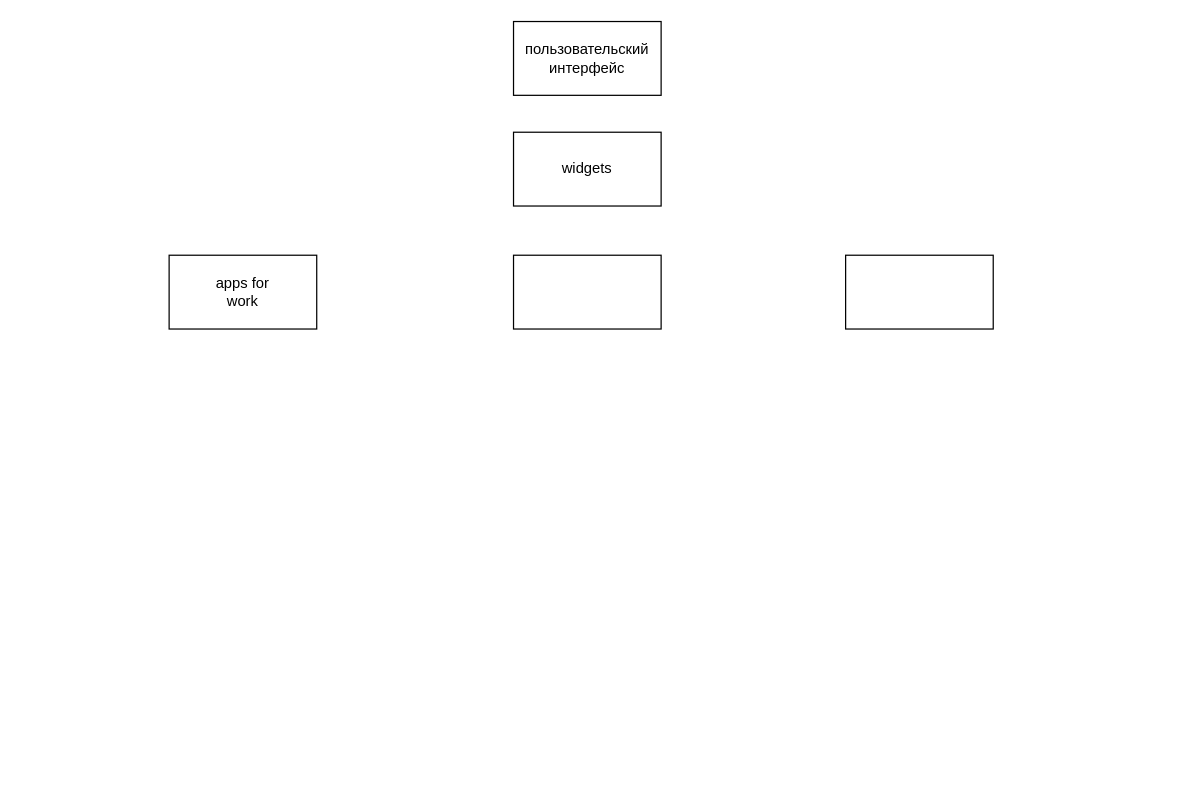
Before: Untitled Diagram.drawio in K0lba/-test1, a draw.io diagram. Source tidied: cells renumbered, new cells numbered last; positions are measured from the earlier drawing's top-left corner, leaving out a move shared by most shapes. Both pictures are drawn from the tidied source at 123%, with x=0, y=0 at pixel (169, 21).
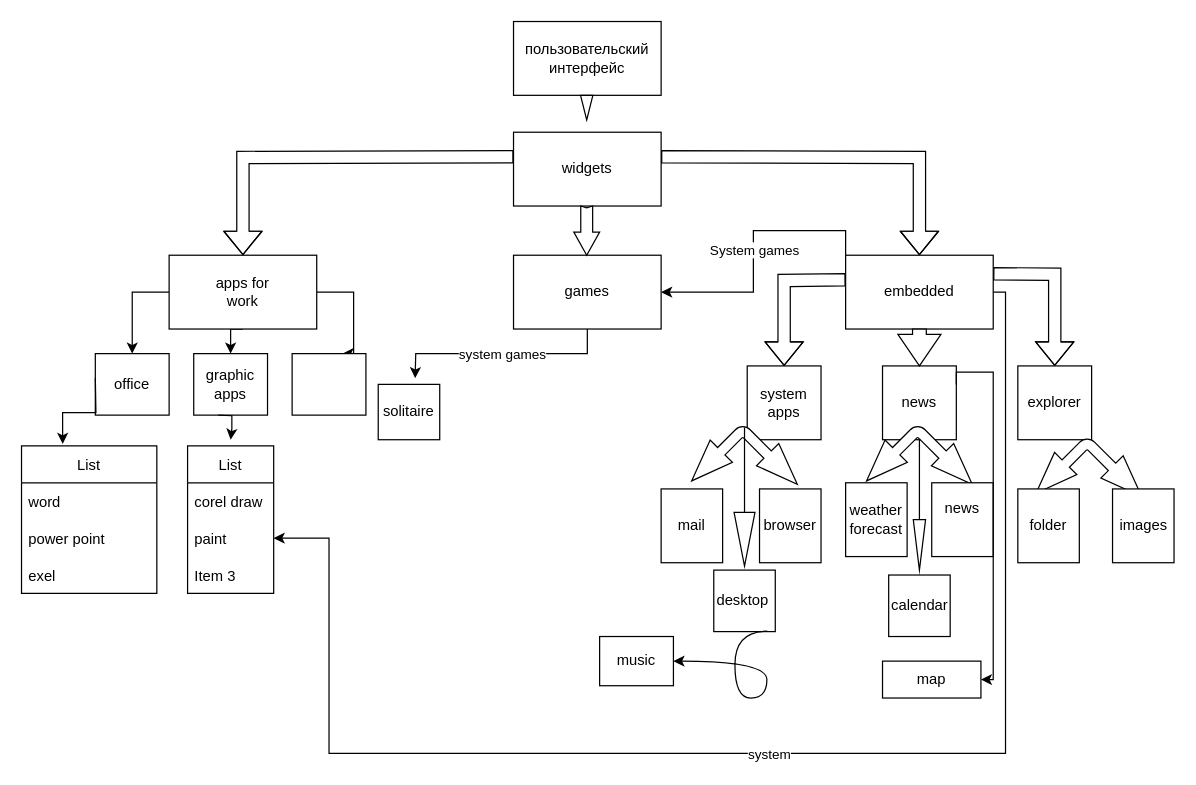
The same page after the edit.

Unchanged cells that the change refers to:
```xml
<mxCell id="6" style="rounded=0;whiteSpace=wrap;html=1;strokeColor=#000000;" parent="1" vertex="1">
  <mxGeometry y="190" width="120" height="60" as="geometry" />
</mxCell>
<mxCell id="7" style="rounded=0;whiteSpace=wrap;html=1;strokeColor=#000000;" parent="1" vertex="1">
  <mxGeometry x="280" y="190" width="120" height="60" as="geometry" />
</mxCell>
<mxCell id="8" style="rounded=0;whiteSpace=wrap;html=1;strokeColor=#000000;" parent="1" vertex="1">
  <mxGeometry x="550" y="190" width="120" height="60" as="geometry" />
</mxCell>
```

Change to the diagram source:
```diff
@@
+    <mxCell id="10" style="edgeStyle=orthogonalEdgeStyle;rounded=0;jettySize=auto;html=1;entryX=0.5;entryY=0;entryDx=0;entryDy=0;" parent="1" edge="1" source="6" target="59">
+      <mxGeometry relative="1" as="geometry">
+        <Array as="points">
+          <mxPoint x="-30" y="220" />
+        </Array>
+      </mxGeometry>
+    </mxCell>
+    <mxCell id="11" style="edgeStyle=orthogonalEdgeStyle;rounded=0;jettySize=auto;html=1;exitX=0.5;exitY=1;exitDx=0;exitDy=0;entryX=0.5;entryY=0;entryDx=0;entryDy=0;" parent="1" edge="1" source="6" target="60">
+      <mxGeometry relative="1" as="geometry" />
+    </mxCell>
+    <mxCell id="12" style="edgeStyle=orthogonalEdgeStyle;rounded=0;jettySize=auto;html=1;entryX=0.684;entryY=-0.003;entryDx=0;entryDy=0;entryPerimeter=0;" parent="1" edge="1" source="6" target="61">
+      <mxGeometry relative="1" as="geometry">
+        <Array as="points">
+          <mxPoint x="150" y="220" />
+          <mxPoint x="150" y="270" />
+        </Array>
+      </mxGeometry>
+    </mxCell>
@@
+    <mxCell id="13" value="games" style="text;html=1;strokeColor=none;fillColor=none;align=center;verticalAlign=middle;whiteSpace=wrap;rounded=0;" parent="1" vertex="1">
+      <mxGeometry x="310" y="205" width="60" height="30" as="geometry" />
+    </mxCell>
+    <mxCell id="14" value="embedded" style="text;html=1;strokeColor=none;fillColor=none;align=center;verticalAlign=middle;whiteSpace=wrap;rounded=0;" parent="1" vertex="1">
+      <mxGeometry x="580" y="205" width="60" height="30" as="geometry" />
+    </mxCell>
+    <mxCell id="15" style="html=1;shadow=0;dashed=0;align=center;verticalAlign=middle;shape=mxgraph.arrows2.arrow;dy=0.6;dx=40;direction=south;notch=0;strokeColor=#000000;" parent="1" vertex="1">
+      <mxGeometry x="334.5" y="60" width="10" height="20" as="geometry" />
+    </mxCell>
+    <mxCell id="16" style="shape=flexArrow;endArrow=classic;html=1;rounded=0;edgeStyle=orthogonalEdgeStyle;entryX=0.5;entryY=0;entryDx=0;entryDy=0;" parent="1" edge="1" target="8">
+      <mxGeometry relative="1" as="geometry">
+        <mxPoint x="400" y="110" as="sourcePoint" />
+      </mxGeometry>
+    </mxCell>
+    <mxCell id="17" style="shape=flexArrow;endArrow=classic;html=1;rounded=0;edgeStyle=orthogonalEdgeStyle;entryX=0.5;entryY=0;entryDx=0;entryDy=0;" parent="1" edge="1" target="6">
+      <mxGeometry relative="1" as="geometry">
+        <mxPoint x="280" y="110" as="sourcePoint" />
+      </mxGeometry>
+    </mxCell>
+    <mxCell id="18" style="html=1;shadow=0;dashed=0;align=center;verticalAlign=middle;shape=mxgraph.arrows2.arrow;dy=0.54;dx=18.86;direction=south;notch=1.48;strokeColor=#000000;" parent="1" vertex="1">
+      <mxGeometry x="329" y="150" width="21" height="40" as="geometry" />
+    </mxCell>
+    <mxCell id="19" style="rounded=0;whiteSpace=wrap;html=1;strokeColor=#000000;" parent="1" vertex="1">
+      <mxGeometry x="470" y="280" width="60" height="60" as="geometry" />
+    </mxCell>
+    <mxCell id="20" style="rounded=0;whiteSpace=wrap;html=1;strokeColor=#000000;" parent="1" vertex="1">
+      <mxGeometry x="580" y="280" width="60" height="60" as="geometry" />
+    </mxCell>
+    <mxCell id="21" style="rounded=0;whiteSpace=wrap;html=1;strokeColor=#000000;" parent="1" vertex="1">
+      <mxGeometry x="690" y="280" width="60" height="60" as="geometry" />
+    </mxCell>
+    <mxCell id="22" value="system apps" style="text;html=1;strokeColor=none;fillColor=none;align=center;verticalAlign=middle;whiteSpace=wrap;rounded=0;" parent="1" vertex="1">
+      <mxGeometry x="470" y="295" width="60" height="30" as="geometry" />
+    </mxCell>
+    <mxCell id="23" value="news" style="text;html=1;strokeColor=none;fillColor=none;align=center;verticalAlign=middle;whiteSpace=wrap;rounded=0;" parent="1" vertex="1">
+      <mxGeometry x="580" y="295" width="60" height="30" as="geometry" />
+    </mxCell>
+    <mxCell id="24" value="explorer" style="text;html=1;strokeColor=none;fillColor=none;align=center;verticalAlign=middle;whiteSpace=wrap;rounded=0;" parent="1" vertex="1">
+      <mxGeometry x="690" y="295" width="60" height="30" as="geometry" />
+    </mxCell>
+    <mxCell id="25" style="shape=flexArrow;endArrow=classic;html=1;rounded=0;edgeStyle=orthogonalEdgeStyle;entryX=0.5;entryY=0;entryDx=0;entryDy=0;" parent="1" edge="1" target="21">
+      <mxGeometry relative="1" as="geometry">
+        <mxPoint x="670" y="205" as="sourcePoint" />
+      </mxGeometry>
+    </mxCell>
+    <mxCell id="26" style="shape=flexArrow;endArrow=classic;html=1;rounded=0;edgeStyle=orthogonalEdgeStyle;entryX=0.5;entryY=0;entryDx=0;entryDy=0;" parent="1" edge="1" target="19">
+      <mxGeometry relative="1" as="geometry">
+        <mxPoint x="550" y="210" as="sourcePoint" />
+      </mxGeometry>
+    </mxCell>
+    <mxCell id="27" style="html=1;shadow=0;dashed=0;align=center;verticalAlign=middle;shape=mxgraph.arrows2.arrow;dy=0.68;dx=25.62;direction=south;notch=0;strokeColor=#000000;" parent="1" vertex="1">
+      <mxGeometry x="592.5" y="250" width="35" height="30" as="geometry" />
+    </mxCell>
+    <mxCell id="28" style="rounded=0;whiteSpace=wrap;html=1;strokeColor=#000000;" parent="1" vertex="1">
+      <mxGeometry x="550" y="375" width="50" height="60" as="geometry" />
+    </mxCell>
+    <mxCell id="29" style="html=1;shadow=0;dashed=0;align=center;verticalAlign=middle;shape=mxgraph.arrows2.bendDoubleArrow;dy=4.23;dx=34.12;arrowHead=25.62;rounded=1;strokeColor=#000000;rotation=45;" parent="1" vertex="1">
+      <mxGeometry x="572.2" y="330" width="75.5" height="71.6" as="geometry" />
+    </mxCell>
+    <mxCell id="30" style="html=1;shadow=0;dashed=0;align=center;verticalAlign=middle;shape=mxgraph.arrows2.bendDoubleArrow;dy=4.23;dx=34.12;arrowHead=25.62;rounded=1;strokeColor=#000000;rotation=45;" parent="1" vertex="1">
+      <mxGeometry x="710" y="340" width="75.5" height="71.6" as="geometry" />
+    </mxCell>
+    <mxCell id="31" style="html=1;shadow=0;dashed=0;align=center;verticalAlign=middle;shape=mxgraph.arrows2.bendDoubleArrow;dy=4.23;dx=34.12;arrowHead=25.62;rounded=1;strokeColor=#000000;rotation=45;" parent="1" vertex="1">
+      <mxGeometry x="430" y="330" width="75.5" height="71.6" as="geometry" />
+    </mxCell>
+    <mxCell id="32" value="weather&lt;br&gt;forecast" style="text;html=1;strokeColor=none;fillColor=none;align=center;verticalAlign=middle;whiteSpace=wrap;rounded=0;" parent="1" vertex="1">
+      <mxGeometry x="550" y="390" width="50" height="30" as="geometry" />
+    </mxCell>
+    <mxCell id="33" style="rounded=0;whiteSpace=wrap;html=1;strokeColor=#000000;" parent="1" vertex="1">
+      <mxGeometry x="620" y="375" width="50" height="60" as="geometry" />
+    </mxCell>
+    <mxCell id="34" style="rounded=0;whiteSpace=wrap;html=1;strokeColor=#000000;" parent="1" vertex="1">
+      <mxGeometry x="690" y="380" width="50" height="60" as="geometry" />
+    </mxCell>
+    <mxCell id="35" style="rounded=0;whiteSpace=wrap;html=1;strokeColor=#000000;" parent="1" vertex="1">
+      <mxGeometry x="767" y="380" width="50" height="60" as="geometry" />
+    </mxCell>
+    <mxCell id="36" style="rounded=0;whiteSpace=wrap;html=1;strokeColor=#000000;fontStyle=1;" parent="1" vertex="1">
+      <mxGeometry x="480" y="380" width="50" height="60" as="geometry" />
+    </mxCell>
+    <mxCell id="37" style="rounded=0;whiteSpace=wrap;html=1;strokeColor=#000000;" parent="1" vertex="1">
+      <mxGeometry x="400" y="380" width="50" height="60" as="geometry" />
+    </mxCell>
+    <mxCell id="38" value="news" style="text;html=1;strokeColor=none;fillColor=none;align=center;verticalAlign=middle;whiteSpace=wrap;rounded=0;" parent="1" vertex="1">
+      <mxGeometry x="620" y="381" width="50" height="30" as="geometry" />
+    </mxCell>
+    <mxCell id="39" value="mail" style="text;html=1;strokeColor=none;fillColor=none;align=center;verticalAlign=middle;whiteSpace=wrap;rounded=0;" parent="1" vertex="1">
+      <mxGeometry x="400" y="395" width="50" height="30" as="geometry" />
+    </mxCell>
+    <mxCell id="40" style="rounded=0;whiteSpace=wrap;html=1;strokeColor=#000000;" parent="1" vertex="1">
+      <mxGeometry x="585" y="450" width="50" height="50" as="geometry" />
+    </mxCell>
+    <mxCell id="41" value="calendar" style="text;html=1;strokeColor=none;fillColor=none;align=center;verticalAlign=middle;whiteSpace=wrap;rounded=0;" parent="1" vertex="1">
+      <mxGeometry x="587.5" y="460" width="45" height="30" as="geometry" />
+    </mxCell>
+    <mxCell id="42" style="html=1;shadow=0;dashed=0;align=center;verticalAlign=middle;shape=mxgraph.arrows2.arrow;dy=1;dx=41;direction=south;notch=0;strokeColor=#000000;" parent="1" vertex="1">
+      <mxGeometry x="605" y="340" width="10" height="106" as="geometry" />
+    </mxCell>
+    <mxCell id="43" style="endArrow=classic;html=1;rounded=0;edgeStyle=orthogonalEdgeStyle;exitX=0;exitY=0;exitDx=0;exitDy=0;" parent="1" edge="1" source="8" target="7">
+      <mxGeometry relative="1" as="geometry">
+        <Array as="points">
+          <mxPoint x="550" y="170" />
+          <mxPoint x="475" y="170" />
+          <mxPoint x="475" y="220" />
+        </Array>
+      </mxGeometry>
+    </mxCell>
+    <mxCell id="44" value="System games" style="edgeLabel;html=1;align=center;verticalAlign=middle;strokeColor=#000000;" parent="43" vertex="1">
+      <mxGeometry relative="1" as="geometry" />
+    </mxCell>
+    <mxCell id="45" value="browser" style="text;html=1;strokeColor=none;fillColor=none;align=center;verticalAlign=middle;whiteSpace=wrap;rounded=0;" parent="1" vertex="1">
+      <mxGeometry x="480" y="395" width="50" height="30" as="geometry" />
+    </mxCell>
+    <mxCell id="46" style="edgeStyle=orthogonalEdgeStyle;rounded=0;orthogonalLoop=1;jettySize=auto;html=1;exitX=0.5;exitY=1;exitDx=0;exitDy=0;" parent="1" edge="1">
+      <mxGeometry relative="1" as="geometry">
+        <mxPoint x="433.9" y="506" as="sourcePoint" />
+        <mxPoint x="433.9" y="506" as="targetPoint" />
+      </mxGeometry>
+    </mxCell>
+    <mxCell id="47" style="rounded=0;whiteSpace=wrap;html=1;strokeColor=#000000;" parent="1" vertex="1">
+      <mxGeometry x="442.8" y="446" width="50" height="50" as="geometry" />
+    </mxCell>
+    <mxCell id="48" style="html=1;shadow=0;dashed=0;align=center;verticalAlign=middle;shape=mxgraph.arrows2.arrow;dy=1;dx=43.57;direction=south;notch=0;strokeColor=#000000;" parent="1" vertex="1">
+      <mxGeometry x="459.3" y="330" width="17" height="112.7" as="geometry" />
+    </mxCell>
+    <mxCell id="49" value="desktop" style="text;html=1;strokeColor=none;fillColor=none;align=center;verticalAlign=middle;whiteSpace=wrap;rounded=0;" parent="1" vertex="1">
+      <mxGeometry x="443" y="456" width="47" height="30" as="geometry" />
+    </mxCell>
+    <mxCell id="50" value="folder" style="text;html=1;strokeColor=none;fillColor=none;align=center;verticalAlign=middle;whiteSpace=wrap;rounded=0;" parent="1" vertex="1">
+      <mxGeometry x="690" y="395" width="50" height="30" as="geometry" />
+    </mxCell>
+    <mxCell id="51" value="images" style="text;html=1;strokeColor=none;fillColor=none;align=center;verticalAlign=middle;whiteSpace=wrap;rounded=0;" parent="1" vertex="1">
+      <mxGeometry x="770.5" y="395" width="43" height="30" as="geometry" />
+    </mxCell>
+    <mxCell id="52" style="endArrow=classic;html=1;rounded=0;edgeStyle=orthogonalEdgeStyle;exitX=0.5;exitY=1;exitDx=0;exitDy=0;" parent="1" edge="1" source="7">
+      <mxGeometry relative="1" as="geometry">
+        <mxPoint x="200" y="290" as="targetPoint" />
+      </mxGeometry>
+    </mxCell>
+    <mxCell id="53" value="system games" style="edgeLabel;html=1;align=center;verticalAlign=middle;strokeColor=#000000;" parent="52" vertex="1">
+      <mxGeometry relative="1" as="geometry" />
+    </mxCell>
+    <mxCell id="54" style="rounded=0;whiteSpace=wrap;html=1;strokeColor=#000000;" parent="1" vertex="1">
+      <mxGeometry x="170" y="295" width="50" height="45" as="geometry" />
+    </mxCell>
+    <mxCell id="55" value="solitaire" style="text;html=1;strokeColor=none;fillColor=none;align=center;verticalAlign=middle;whiteSpace=wrap;rounded=0;" parent="1" vertex="1">
+      <mxGeometry x="170" y="302" width="50" height="30" as="geometry" />
+    </mxCell>
+    <mxCell id="56" style="curved=1;endArrow=classic;html=1;rounded=0;edgeStyle=orthogonalEdgeStyle;exitX=0.869;exitY=0.994;exitDx=0;exitDy=0;exitPerimeter=0;" parent="1" edge="1" source="47" target="57">
+      <mxGeometry relative="1" as="geometry">
+        <Array as="points">
+          <mxPoint x="460" y="496" />
+          <mxPoint x="460" y="550" />
+          <mxPoint x="486" y="550" />
+          <mxPoint x="486" y="520" />
+        </Array>
+      </mxGeometry>
+    </mxCell>
+    <mxCell id="57" style="rounded=0;whiteSpace=wrap;html=1;strokeColor=#000000;" parent="1" vertex="1">
+      <mxGeometry x="350" y="500" width="60" height="40" as="geometry" />
+    </mxCell>
+    <mxCell id="58" value="music" style="text;html=1;strokeColor=none;fillColor=none;align=center;verticalAlign=middle;whiteSpace=wrap;rounded=0;" parent="1" vertex="1">
+      <mxGeometry x="350" y="505" width="60" height="30" as="geometry" />
+    </mxCell>
+    <mxCell id="59" style="rounded=0;whiteSpace=wrap;html=1;strokeColor=#000000;" parent="1" vertex="1">
+      <mxGeometry x="-60" y="270" width="60" height="50" as="geometry" />
+    </mxCell>
+    <mxCell id="60" style="rounded=0;whiteSpace=wrap;html=1;strokeColor=#000000;" parent="1" vertex="1">
+      <mxGeometry x="20" y="270" width="60" height="50" as="geometry" />
+    </mxCell>
+    <mxCell id="61" style="rounded=0;whiteSpace=wrap;html=1;strokeColor=#000000;" parent="1" vertex="1">
+      <mxGeometry x="100" y="270" width="60" height="50" as="geometry" />
+    </mxCell>
+    <mxCell id="62" value="office" style="text;html=1;strokeColor=none;fillColor=none;align=center;verticalAlign=middle;whiteSpace=wrap;rounded=0;" parent="1" vertex="1">
+      <mxGeometry x="-60" y="270" width="60" height="50" as="geometry" />
+    </mxCell>
+    <mxCell id="63" value="graphic&lt;br&gt;apps" style="text;html=1;strokeColor=none;fillColor=none;align=center;verticalAlign=middle;whiteSpace=wrap;rounded=0;" parent="1" vertex="1">
+      <mxGeometry x="20" y="280" width="60" height="30" as="geometry" />
+    </mxCell>
+    <mxCell id="64" value="List" style="swimlane;fontStyle=0;horizontal=1;startSize=30;strokeColor=#000000;" parent="1" vertex="1">
+      <mxGeometry x="-120" y="345" width="110" height="120" as="geometry" />
+    </mxCell>
+    <mxCell id="65" value="word" style="text;strokeColor=none;fillColor=none;align=left;verticalAlign=middle;spacingLeft=4;spacingRight=4;overflow=hidden;" parent="64" vertex="1">
+      <mxGeometry y="30" width="110" height="30" as="geometry" />
+    </mxCell>
+    <mxCell id="66" value="power point" style="text;strokeColor=none;fillColor=none;align=left;verticalAlign=middle;spacingLeft=4;spacingRight=4;overflow=hidden;" parent="64" vertex="1">
+      <mxGeometry y="60" width="110" height="30" as="geometry" />
+    </mxCell>
+    <mxCell id="67" value="exel" style="text;strokeColor=none;fillColor=none;align=left;verticalAlign=middle;spacingLeft=4;spacingRight=4;overflow=hidden;" parent="64" vertex="1">
+      <mxGeometry y="90" width="110" height="30" as="geometry" />
+    </mxCell>
+    <mxCell id="68" style="endArrow=classic;html=1;rounded=0;edgeStyle=orthogonalEdgeStyle;entryX=0.304;entryY=-0.013;entryDx=0;entryDy=0;entryPerimeter=0;" parent="1" edge="1" target="64">
+      <mxGeometry relative="1" as="geometry">
+        <mxPoint x="-60" y="290" as="sourcePoint" />
+      </mxGeometry>
+    </mxCell>
+    <mxCell id="69" value="List" style="swimlane;fontStyle=0;horizontal=1;startSize=30;strokeColor=#000000;" parent="1" vertex="1">
+      <mxGeometry x="15" y="345" width="70" height="120" as="geometry" />
+    </mxCell>
+    <mxCell id="70" value="corel draw" style="text;strokeColor=none;fillColor=none;align=left;verticalAlign=middle;spacingLeft=4;spacingRight=4;overflow=hidden;" parent="69" vertex="1">
+      <mxGeometry y="30" width="70" height="30" as="geometry" />
+    </mxCell>
+    <mxCell id="71" value="paint" style="text;strokeColor=none;fillColor=none;align=left;verticalAlign=middle;spacingLeft=4;spacingRight=4;overflow=hidden;points=[[0,0.5],[1,0.5]];portConstraint=eastwest;" parent="69" vertex="1">
+      <mxGeometry y="60" width="70" height="30" as="geometry" />
+    </mxCell>
+    <mxCell id="72" value="Item 3" style="text;strokeColor=none;fillColor=none;align=left;verticalAlign=middle;spacingLeft=4;spacingRight=4;overflow=hidden;" parent="69" vertex="1">
+      <mxGeometry y="90" width="70" height="30" as="geometry" />
+    </mxCell>
+    <mxCell id="73" style="edgeStyle=orthogonalEdgeStyle;rounded=0;orthogonalLoop=1;jettySize=auto;html=1;exitX=1;exitY=0.5;exitDx=0;exitDy=0;" parent="69" edge="1" source="71" target="71">
+      <mxGeometry relative="1" as="geometry" />
+    </mxCell>
+    <mxCell id="74" style="endArrow=classic;html=1;rounded=0;edgeStyle=orthogonalEdgeStyle;" parent="1" edge="1">
+      <mxGeometry relative="1" as="geometry">
+        <mxPoint x="40" y="320" as="sourcePoint" />
+        <mxPoint x="50" y="340" as="targetPoint" />
+      </mxGeometry>
+    </mxCell>
+    <mxCell id="75" style="rounded=0;whiteSpace=wrap;html=1;strokeColor=#000000;" parent="1" vertex="1">
+      <mxGeometry x="580" y="520" width="80" height="30" as="geometry" />
+    </mxCell>
+    <mxCell id="76" style="endArrow=classic;html=1;rounded=0;edgeStyle=orthogonalEdgeStyle;entryX=1;entryY=0.5;entryDx=0;entryDy=0;exitX=1;exitY=0;exitDx=0;exitDy=0;" parent="1" edge="1" source="23" target="75">
+      <mxGeometry relative="1" as="geometry" />
+    </mxCell>
+    <mxCell id="77" value="map" style="text;html=1;strokeColor=none;fillColor=none;align=center;verticalAlign=middle;whiteSpace=wrap;rounded=0;" parent="1" vertex="1">
+      <mxGeometry x="590" y="520" width="60" height="30" as="geometry" />
+    </mxCell>
+    <mxCell id="78" style="endArrow=classic;html=1;rounded=0;edgeStyle=orthogonalEdgeStyle;exitX=1;exitY=0.5;exitDx=0;exitDy=0;" parent="1" edge="1" source="8" target="71">
+      <mxGeometry relative="1" as="geometry">
+        <Array as="points">
+          <mxPoint x="680" y="220" />
+          <mxPoint x="680" y="595" />
+          <mxPoint x="130" y="595" />
+          <mxPoint x="130" y="420" />
+        </Array>
+      </mxGeometry>
+    </mxCell>
+    <mxCell id="79" value="system" style="edgeLabel;html=1;align=center;verticalAlign=middle;strokeColor=#000000;" parent="78" vertex="1">
+      <mxGeometry relative="1" as="geometry" />
+    </mxCell>
```
